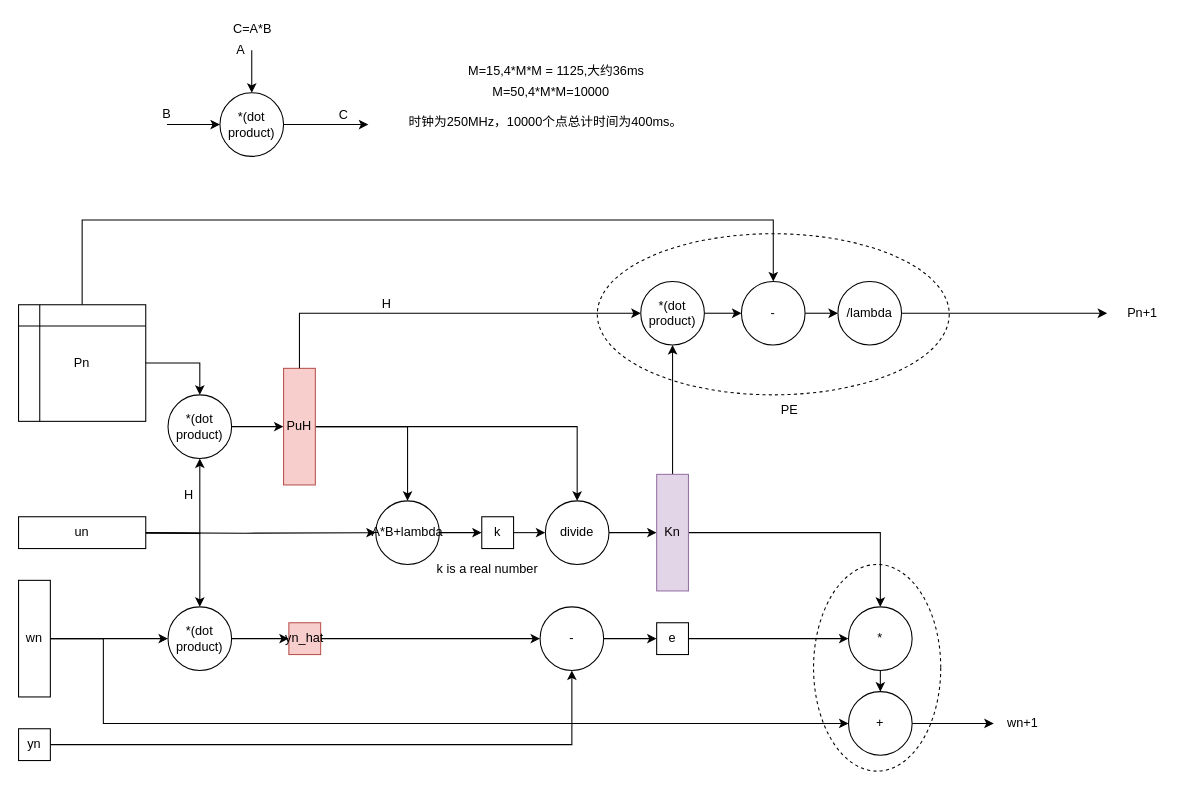
This is rls_fpga.drawio from Momenttt/hellogithub, a draw.io file, before an edit. Source tidied: cells renumbered, new cells numbered last; positions are measured from the earlier drawing's top-left corner, leaving out a move shared by most shapes. Both pictures are drawn from the tidied source at 106%, with x=0, y=0 at pixel (18, 18).
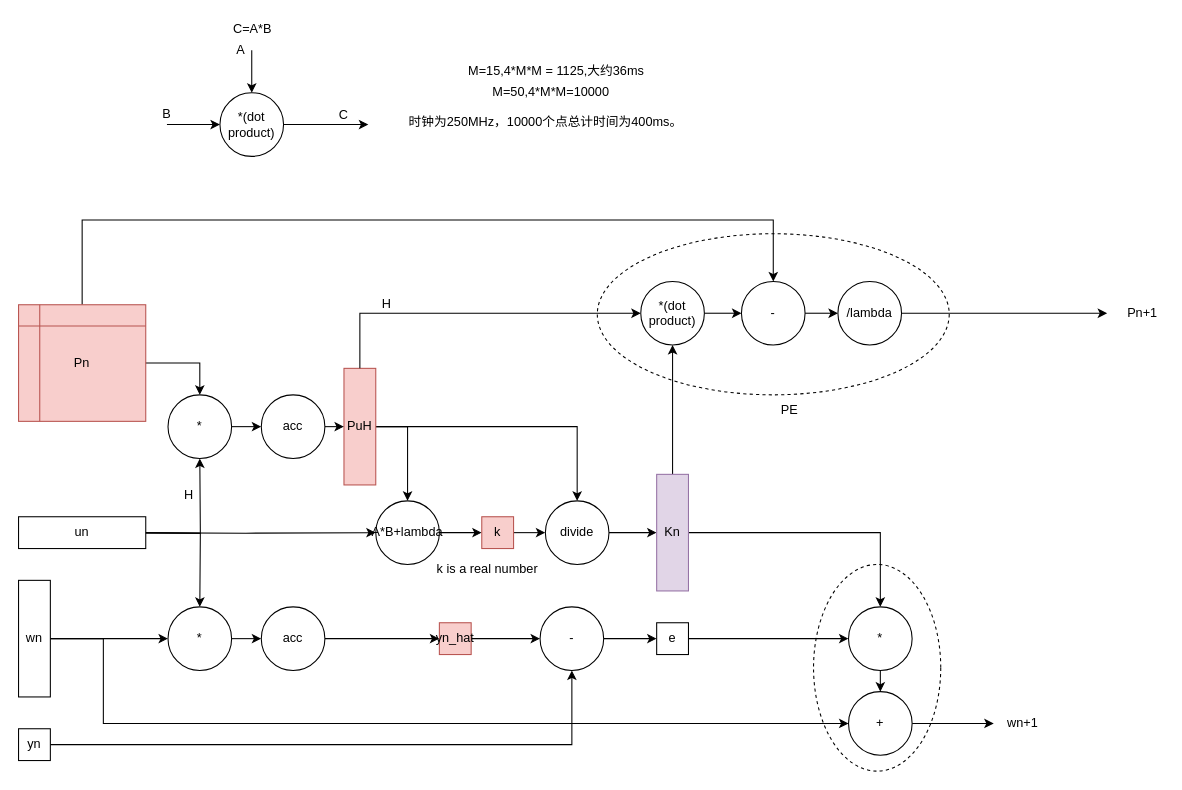
After the change.

The change refers to these unchanged cells:
```xml
<mxCell id="12" value="wn" style="rounded=0;whiteSpace=wrap;html=1;" parent="1" vertex="1">
  <mxGeometry y="530" width="30" height="110" as="geometry" />
</mxCell>
```

Diff of the diagram source:
```diff
@@
-    <mxCell id="6" style="edgeStyle=orthogonalEdgeStyle;rounded=0;jettySize=auto;html=1;exitX=1;exitY=0.5;exitDx=0;exitDy=0;" parent="1" edge="1" target="16">
+    <mxCell id="6" style="edgeStyle=orthogonalEdgeStyle;rounded=0;orthogonalLoop=1;jettySize=auto;html=1;exitX=1;exitY=0.5;exitDx=0;exitDy=0;" parent="1" edge="1">
       <mxGeometry relative="1" as="geometry">
         <mxPoint x="91" y="485" as="sourcePoint" />
+        <mxPoint x="171" y="555" as="targetPoint" />
       </mxGeometry>
     </mxCell>
-    <mxCell id="7" style="edgeStyle=orthogonalEdgeStyle;rounded=0;jettySize=auto;html=1;exitX=1;exitY=0.5;exitDx=0;exitDy=0;entryX=0.5;entryY=1;entryDx=0;entryDy=0;" parent="1" edge="1" target="22">
+    <mxCell id="7" style="edgeStyle=orthogonalEdgeStyle;rounded=0;orthogonalLoop=1;jettySize=auto;html=1;exitX=1;exitY=0.5;exitDx=0;exitDy=0;entryX=0.5;entryY=1;entryDx=0;entryDy=0;" parent="1" edge="1">
       <mxGeometry relative="1" as="geometry">
         <mxPoint x="91" y="485" as="sourcePoint" />
+        <mxPoint x="171" y="415" as="targetPoint" />
       </mxGeometry>
     </mxCell>
@@
-    <mxCell id="10" style="edgeStyle=orthogonalEdgeStyle;rounded=0;jettySize=auto;html=1;exitX=1;exitY=0.5;exitDx=0;exitDy=0;entryX=0;entryY=0.5;entryDx=0;entryDy=0;" parent="1" edge="1" source="12" target="16">
-      <mxGeometry relative="1" as="geometry" />
+    <mxCell id="10" style="edgeStyle=orthogonalEdgeStyle;rounded=0;jettySize=auto;html=1;exitX=1;exitY=0.5;exitDx=0;exitDy=0;entryX=0;entryY=0.5;entryDx=0;entryDy=0;" parent="1" edge="1" source="12">
+      <mxGeometry relative="1" as="geometry">
+        <mxPoint x="141" y="585" as="targetPoint" />
+      </mxGeometry>
     </mxCell>
@@
-    <mxCell id="13" style="edgeStyle=orthogonalEdgeStyle;rounded=0;jettySize=auto;html=1;exitX=1;exitY=0.5;exitDx=0;exitDy=0;entryX=0.5;entryY=0;entryDx=0;entryDy=0;" parent="1" edge="1" target="22">
+    <mxCell id="13" style="edgeStyle=orthogonalEdgeStyle;rounded=0;orthogonalLoop=1;jettySize=auto;html=1;exitX=1;exitY=0.5;exitDx=0;exitDy=0;entryX=0.5;entryY=0;entryDx=0;entryDy=0;" parent="1" edge="1">
       <mxGeometry relative="1" as="geometry">
         <mxPoint x="91" y="325" as="sourcePoint" />
+        <mxPoint x="171" y="355" as="targetPoint" />
         <Array as="points">
           <mxPoint x="171" y="325" />
         </Array>
       </mxGeometry>
     </mxCell>
@@
-    <mxCell id="15" style="edgeStyle=orthogonalEdgeStyle;rounded=0;jettySize=auto;html=1;exitX=1;exitY=0.5;exitDx=0;exitDy=0;entryX=0;entryY=0.5;entryDx=0;entryDy=0;" parent="1" edge="1" source="16" target="20">
+    <mxCell id="15" style="edgeStyle=orthogonalEdgeStyle;rounded=0;jettySize=auto;html=1;entryX=0;entryY=0.5;entryDx=0;entryDy=0;exitX=1;exitY=0.5;exitDx=0;exitDy=0;" parent="1" edge="1" source="72" target="20">
       <mxGeometry relative="1" as="geometry" />
     </mxCell>
-    <mxCell id="16" value="*(dot product)" style="ellipse;whiteSpace=wrap;html=1;" parent="1" vertex="1">
-      <mxGeometry x="141" y="555" width="60" height="60" as="geometry" />
-    </mxCell>
@@
     <mxCell id="20" value="yn_hat" style="rounded=0;whiteSpace=wrap;html=1;fillColor=#f8cecc;strokeColor=#b85450;" parent="1" vertex="1">
-      <mxGeometry x="255" y="570" width="30" height="30" as="geometry" />
+      <mxGeometry x="397" y="570" width="30" height="30" as="geometry" />
     </mxCell>
-    <mxCell id="21" style="edgeStyle=orthogonalEdgeStyle;rounded=0;jettySize=auto;html=1;exitX=1;exitY=0.5;exitDx=0;exitDy=0;entryX=0;entryY=0.5;entryDx=0;entryDy=0;" parent="1" edge="1" source="22" target="26">
-      <mxGeometry relative="1" as="geometry" />
-    </mxCell>
-    <mxCell id="22" value="*(dot product)" style="ellipse;whiteSpace=wrap;html=1;" parent="1" vertex="1">
-      <mxGeometry x="141" y="355" width="60" height="60" as="geometry" />
-    </mxCell>
@@
     <mxCell id="26" value="PuH" style="rounded=0;whiteSpace=wrap;html=1;fillColor=#f8cecc;strokeColor=#b85450;" parent="1" vertex="1">
-      <mxGeometry x="250" y="330" width="30" height="110" as="geometry" />
+      <mxGeometry x="307" y="330" width="30" height="110" as="geometry" />
     </mxCell>
@@
-    <mxCell id="29" value="k" style="rounded=0;whiteSpace=wrap;html=1;" parent="1" vertex="1">
+    <mxCell id="29" value="k" style="rounded=0;whiteSpace=wrap;html=1;fillColor=#f8cecc;strokeColor=#b85450;" parent="1" vertex="1">
       <mxGeometry x="437" y="470" width="30" height="30" as="geometry" />
     </mxCell>
@@
-    <mxCell id="62" value="Pn" style="shape=internalStorage;whiteSpace=wrap;html=1;backgroundOutline=1;fillColor=#ffffff;gradientColor=#ffffff;" parent="1" vertex="1">
+    <mxCell id="62" value="Pn" style="shape=internalStorage;whiteSpace=wrap;html=1;backgroundOutline=1;fillColor=#f8cecc;strokeColor=#b85450;" parent="1" vertex="1">
       <mxGeometry y="270" width="120" height="110" as="geometry" />
     </mxCell>
@@
+    <mxCell id="66" style="edgeStyle=orthogonalEdgeStyle;rounded=0;jettySize=auto;html=1;exitX=1;exitY=0.5;exitDx=0;exitDy=0;entryX=0;entryY=0.5;entryDx=0;entryDy=0;" parent="1" edge="1" source="67" target="69">
+      <mxGeometry relative="1" as="geometry" />
+    </mxCell>
+    <mxCell id="67" value="*" style="ellipse;whiteSpace=wrap;html=1;" parent="1" vertex="1">
+      <mxGeometry x="141" y="355" width="60" height="60" as="geometry" />
+    </mxCell>
+    <mxCell id="68" style="edgeStyle=orthogonalEdgeStyle;rounded=0;jettySize=auto;html=1;exitX=1;exitY=0.5;exitDx=0;exitDy=0;entryX=0;entryY=0.5;entryDx=0;entryDy=0;" parent="1" edge="1" source="69" target="26">
+      <mxGeometry relative="1" as="geometry" />
+    </mxCell>
+    <mxCell id="69" value="acc" style="ellipse;whiteSpace=wrap;html=1;" parent="1" vertex="1">
+      <mxGeometry x="229" y="355" width="60" height="60" as="geometry" />
+    </mxCell>
+    <mxCell id="70" style="edgeStyle=orthogonalEdgeStyle;rounded=0;jettySize=auto;html=1;exitX=1;exitY=0.5;exitDx=0;exitDy=0;entryX=0;entryY=0.5;entryDx=0;entryDy=0;" parent="1" edge="1" source="71" target="72">
+      <mxGeometry relative="1" as="geometry" />
+    </mxCell>
+    <mxCell id="71" value="*" style="ellipse;whiteSpace=wrap;html=1;" parent="1" vertex="1">
+      <mxGeometry x="141" y="555" width="60" height="60" as="geometry" />
+    </mxCell>
+    <mxCell id="72" value="acc" style="ellipse;whiteSpace=wrap;html=1;" parent="1" vertex="1">
+      <mxGeometry x="229" y="555" width="60" height="60" as="geometry" />
+    </mxCell>
```
